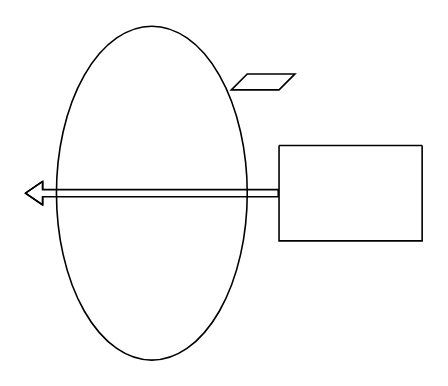
The draw.io diagram Диаграмма без названия.drawio in Mr-Boshi/diagrams, before the edit. Source tidied: cells renumbered, new cells numbered last; positions are measured from the earlier drawing's top-left corner, leaving out a move shared by most shapes. Both pictures are drawn from the tidied source at 159%, with x=0, y=0 at pixel (24, 25).
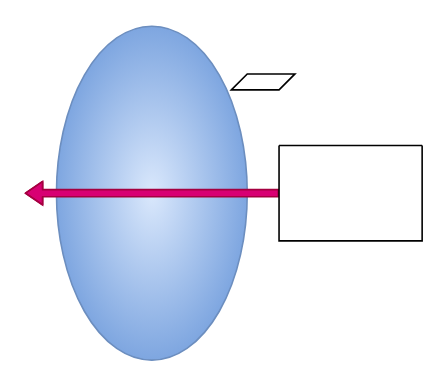
After the change.

What changed in the source:
```diff
@@
 <mxGraphModel>
   <root>
     <mxCell id="0" />
     <mxCell id="1" parent="0" />
-    <mxCell id="2" style="ellipse;whiteSpace=wrap;html=1;" parent="1" vertex="1">
+    <mxCell id="2" style="ellipse;whiteSpace=wrap;html=1;fillColor=#dae8fc;strokeColor=#6c8ebf;gradientColor=#7ea6e0;gradientDirection=radial;" parent="1" vertex="1">
       <mxGeometry x="20" width="120" height="210" as="geometry" />
     </mxCell>
-    <mxCell id="3" style="shape=flexArrow;endArrow=classic;html=1;rounded=0;width=4.516129032258064;endSize=3.269354838709677;endWidth=9.27159209157128;" parent="1" edge="1">
+    <mxCell id="3" style="shape=flexArrow;endArrow=classic;html=1;rounded=0;width=4.516129032258064;endSize=3.269354838709677;endWidth=9.27159209157128;fillColor=#d80073;strokeColor=#A50040;" parent="1" edge="1">
       <mxGeometry relative="1" as="geometry">
         <mxPoint x="160" y="105" as="sourcePoint" />
         <mxPoint y="105" as="targetPoint" />
         <Array as="points">
           <mxPoint x="80" y="105" />
         </Array>
       </mxGeometry>
     </mxCell>
     <mxCell id="4" style="shape=parallelogram;perimeter=parallelogramPerimeter;whiteSpace=wrap;html=1;fixedSize=1;size=10;" parent="1" vertex="1">
       <mxGeometry x="130" y="30" width="40" height="10" as="geometry" />
     </mxCell>
-    <mxCell id="5" style="swimlane;startSize=0;" parent="1" vertex="1">
+    <mxCell id="5" style="swimlane;startSize=0;fillColor=#FFFFFF;gradientColor=none;" parent="1" vertex="1">
       <mxGeometry x="160" y="75" width="90" height="60" as="geometry" />
     </mxCell>
   </root>
 </mxGraphModel>
```
